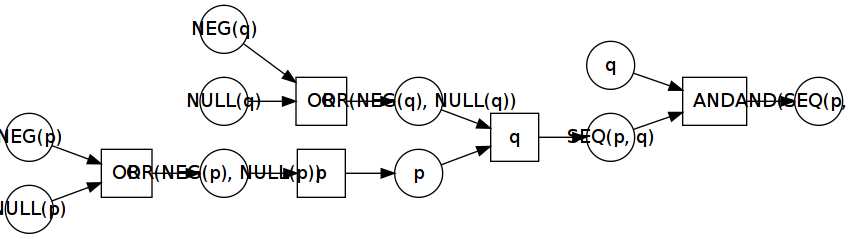
Before: examples/out/png/test.png, a diagram exported from Graphviz (gsileno/lppneu). Its source is kept beside it as examples/out/dot/test.dot.
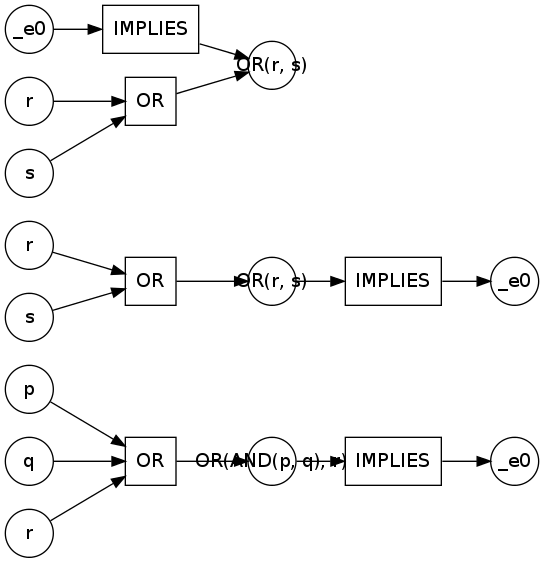
The same diagram one commit later.

Change to the diagram source:
```diff
@@ -3,37 +3,43 @@
   subgraph place {
     graph [shape=circle,color=gray];
     node [shape=circle,fixedsize=true,width=.5];
-    _p0 [label="p"];
-    _p1 [label="q"];
-    _p2 [label="SEQ(p, q)"];
-    _p3 [label="AND(SEQ(p, q), q)"];
-    _p4 [label="OR(NEG(p), NULL(p))"];
-    _p5 [label="NEG(p)"];
-    _p6 [label="NULL(p)"];
-    _p7 [label="OR(NEG(q), NULL(q))"];
-    _p8 [label="NEG(q)"];
-    _p9 [label="NULL(q)"];
+    _p0 [label="OR(AND(p, q), r)"];
+    _p1 [label="p"];
+    _p2 [label="q"];
+    _p3 [label="r"];
+    _p4 [label="_e0"];
+    _p5 [label="OR(r, s)"];
+    _p6 [label="r"];
+    _p7 [label="s"];
+    _p8 [label="_e0"];
+    _p9 [label="_e0"];
+    _p10 [label="OR(r, s)"];
+    _p11 [label="r"];
+    _p12 [label="s"];
   }
   subgraph transitions {
     node [shape=rect,height=.5,width=.5];
-    _t0 [label="p"];
-    _t1 [label="q"];
-    _t2 [label="AND"];
+    _t0 [label="IMPLIES"];
+    _t1 [label="OR"];
+    _t2 [label="IMPLIES"];
     _t3 [label="OR"];
-    _t4 [label="OR"];
+    _t4 [label="IMPLIES"];
+    _t5 [label="OR"];
   }
-  _p4 -> _t0 [] ;
-  _t0 -> _p0 [] ;
-  _p0 -> _t1 [] ;
-  _p7 -> _t1 [] ;
-  _t1 -> _p2 [] ;
-  _p2 -> _t2 [] ;
-  _p1 -> _t2 [] ;
-  _t2 -> _p3 [] ;
-  _t3 -> _p4 [] ;
-  _p5 -> _t3 [] ;
+  _p0 -> _t0 [] ;
+  _t0 -> _p4 [] ;
+  _t1 -> _p0 [] ;
+  _p1 -> _t1 [] ;
+  _p2 -> _t1 [] ;
+  _p3 -> _t1 [] ;
+  _p5 -> _t2 [] ;
+  _t2 -> _p8 [] ;
+  _t3 -> _p5 [] ;
   _p6 -> _t3 [] ;
-  _t4 -> _p7 [] ;
-  _p8 -> _t4 [] ;
+  _p7 -> _t3 [] ;
   _p9 -> _t4 [] ;
+  _t4 -> _p10 [] ;
+  _t5 -> _p10 [] ;
+  _p11 -> _t5 [] ;
+  _p12 -> _t5 [] ;
 }
```
